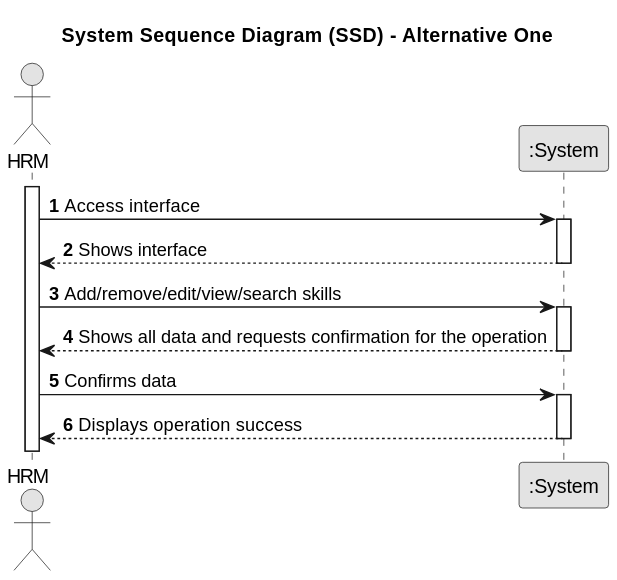
This is docs/sprintA&B/us01/01.requirements-engineering/svg/us01-system-sequence-diagram-alternative-one.svg from daniel41silva05/ISEP_2023_2024_LAPR2, a PlantUML export, as it was before one commit. The source it was exported from:
```plantuml
@startuml
skinparam monochrome true
skinparam packageStyle rectangle
skinparam shadowing false

title System Sequence Diagram (SSD) - Alternative One

autonumber

actor "HRM" as Employee
participant ":System" as System

activate Employee

    Employee -> System : Access interface
    activate System

        System --> Employee : Shows interface
    deactivate System

    Employee -> System : Add/remove/edit/view/search skills
    activate System

        System --> Employee : Shows all data and requests confirmation for the operation
    deactivate System

    Employee -> System : Confirms data
    activate System

        System --> Employee : Displays operation success
    deactivate System
@enduml
```
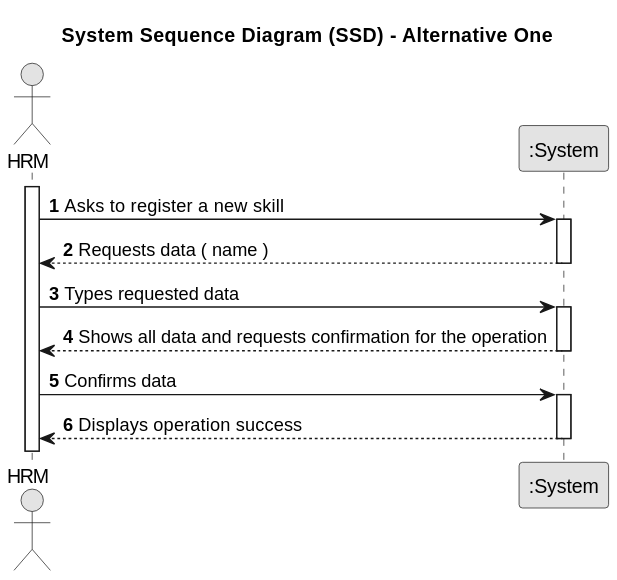
Later version of the same file.

Diff of the diagram source:
```diff
@@ -12,13 +12,13 @@
 
 activate Employee
 
-    Employee -> System : Access interface
+    Employee -> System : Asks to register a new skill
     activate System
 
-        System --> Employee : Shows interface
+        System --> Employee : Requests data ( name )
     deactivate System
 
-    Employee -> System : Add/remove/edit/view/search skills
+    Employee -> System : Types requested data
     activate System
 
         System --> Employee : Shows all data and requests confirmation for the operation
```
